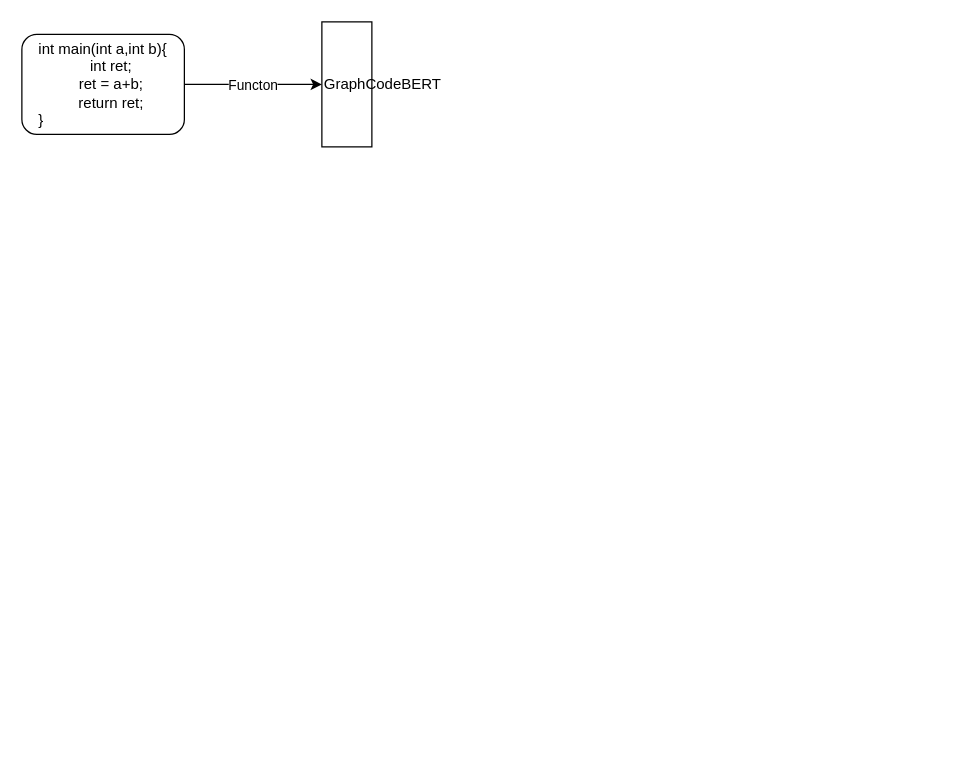
This is Untitled Diagram.drawio from Adam-01/diagrams, a draw.io file, before an edit. Source tidied: cells renumbered, new cells numbered last; positions are measured from the earlier drawing's top-left corner, leaving out a move shared by most shapes. Both pictures are drawn from the tidied source at 125%, with x=0, y=0 at pixel (21, 21).
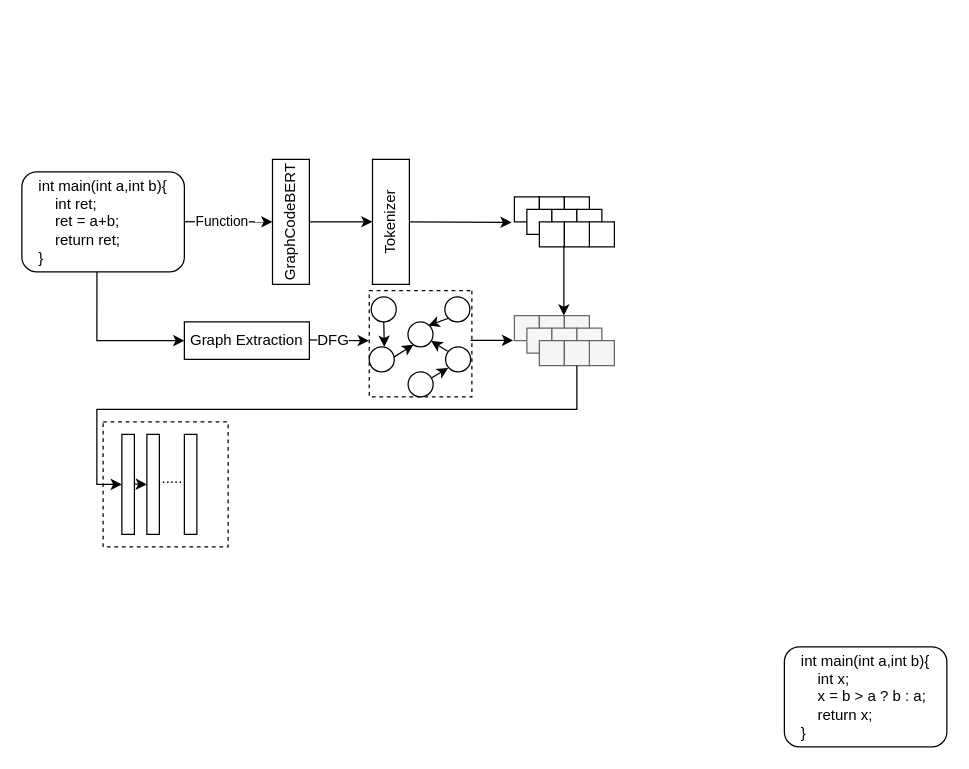
The same page after the edit.

Diff of the diagram source:
```diff
@@
+    <mxCell id="6" style="rounded=0;whiteSpace=wrap;html=1;strokeColor=default;fontFamily=Helvetica;fontSize=12;fontColor=default;fillColor=default;dashed=1;" parent="1" vertex="1">
+      <mxGeometry x="65" y="320" width="100" height="100" as="geometry" />
+    </mxCell>
-    <mxCell id="2" value="&lt;div style=&quot;&quot;&gt;&lt;span style=&quot;background-color: initial;&quot;&gt;GraphCodeBERT&lt;/span&gt;&lt;/div&gt;" style="rounded=0;whiteSpace=wrap;html=1;align=left;direction=south;" parent="1" vertex="1">
-      <mxGeometry x="240" width="40" height="100" as="geometry" />
+    <mxCell id="2" value="&lt;div style=&quot;&quot;&gt;&lt;br&gt;&lt;/div&gt;" style="rounded=0;whiteSpace=wrap;html=1;align=left;direction=south;" parent="1" vertex="1">
+      <mxGeometry x="200.5" y="110" width="29.5" height="100" as="geometry" />
     </mxCell>
-    <mxCell id="3" style="endArrow=classic;html=1;rounded=0;" parent="1" edge="1">
+    <mxCell id="3" style="endArrow=classic;html=1;rounded=0;entryX=0.5;entryY=1;entryDx=0;entryDy=0;" parent="1" edge="1" target="2">
       <mxGeometry relative="1" as="geometry">
-        <mxPoint x="130" y="50" as="sourcePoint" />
-        <mxPoint x="240" y="50" as="targetPoint" />
+        <mxPoint x="111.8" y="159.8" as="sourcePoint" />
       </mxGeometry>
     </mxCell>
-    <mxCell id="4" value="Functon" style="edgeLabel;html=1;align=center;verticalAlign=middle;" parent="3" vertex="1">
-      <mxGeometry x="-0.02" relative="1" as="geometry" />
+    <mxCell id="4" value="Function" style="edgeLabel;html=1;align=center;verticalAlign=middle;" parent="3" vertex="1">
+      <mxGeometry x="-0.02" relative="1" as="geometry">
+        <mxPoint x="5" as="offset" />
+      </mxGeometry>
     </mxCell>
-    <mxCell id="5" value="int main(int a,int b){&lt;br style=&quot;text-align: left;&quot;&gt;&lt;span style=&quot;text-align: left;&quot;&gt;&lt;span style=&quot;white-space: pre;&quot;&gt;&amp;nbsp;&amp;nbsp;&amp;nbsp;&amp;nbsp;&lt;/span&gt;&lt;/span&gt;&lt;span style=&quot;text-align: left;&quot;&gt;int ret;&lt;/span&gt;&lt;br style=&quot;text-align: left;&quot;&gt;&lt;span style=&quot;text-align: left;&quot;&gt;&lt;span style=&quot;white-space: pre;&quot;&gt;&amp;nbsp;&amp;nbsp;&amp;nbsp;&amp;nbsp;&lt;/span&gt;&lt;/span&gt;&lt;span style=&quot;text-align: left;&quot;&gt;ret = a+b;&lt;/span&gt;&lt;br style=&quot;text-align: left;&quot;&gt;&lt;span style=&quot;text-align: left;&quot;&gt;&lt;span style=&quot;white-space: pre;&quot;&gt;&amp;nbsp;&amp;nbsp;&amp;nbsp;&amp;nbsp;&lt;/span&gt;&lt;/span&gt;&lt;span style=&quot;text-align: left;&quot;&gt;return ret;&lt;/span&gt;&lt;br style=&quot;&quot;&gt;&lt;div style=&quot;text-align: left;&quot;&gt;&lt;span style=&quot;background-color: initial;&quot;&gt;}&lt;/span&gt;&lt;/div&gt;" style="rounded=1;whiteSpace=wrap;html=1;" parent="1" vertex="1">
-      <mxGeometry y="10" width="130" height="80" as="geometry" />
+    <mxCell id="5" value="int main(int a,int b){&lt;br style=&quot;text-align: left;&quot;&gt;&lt;div style=&quot;text-align: left;&quot;&gt;&lt;span style=&quot;background-color: initial;&quot;&gt;&lt;span style=&quot;white-space: pre;&quot;&gt;&amp;nbsp;&amp;nbsp;&amp;nbsp;&amp;nbsp;&lt;/span&gt;&lt;/span&gt;&lt;span style=&quot;background-color: initial; text-align: left;&quot;&gt;int ret;&lt;/span&gt;&lt;/div&gt;&lt;span style=&quot;&quot;&gt;&lt;div style=&quot;text-align: left;&quot;&gt;&lt;span style=&quot;background-color: initial;&quot;&gt;&amp;nbsp; &amp;nbsp; ret = a+b;&lt;/span&gt;&lt;/div&gt;&lt;/span&gt;&lt;div style=&quot;text-align: left;&quot;&gt;&lt;span style=&quot;background-color: initial;&quot;&gt;&lt;span style=&quot;white-space: pre;&quot;&gt;&amp;nbsp;&amp;nbsp;&amp;nbsp;&amp;nbsp;&lt;/span&gt;&lt;/span&gt;&lt;span style=&quot;background-color: initial;&quot;&gt;return ret;&lt;/span&gt;&lt;/div&gt;&lt;div style=&quot;text-align: left;&quot;&gt;&lt;span style=&quot;background-color: initial;&quot;&gt;}&lt;/span&gt;&lt;/div&gt;" style="rounded=1;whiteSpace=wrap;html=1;" parent="1" vertex="1">
+      <mxGeometry y="120" width="130" height="80" as="geometry" />
     </mxCell>
+    <mxCell id="7" value="GraphCodeBERT" style="text;strokeColor=none;align=center;fillColor=none;html=1;verticalAlign=middle;whiteSpace=wrap;rounded=0;fontSize=12;fontFamily=Helvetica;fontColor=default;rotation=-90;" parent="1" vertex="1">
+      <mxGeometry x="186.3" y="145" width="57.9" height="30" as="geometry" />
+    </mxCell>
+    <mxCell id="8" style="edgeStyle=orthogonalEdgeStyle;rounded=0;orthogonalLoop=1;jettySize=auto;html=1;fontFamily=Helvetica;fontSize=12;fontColor=default;entryX=-0.004;entryY=0.5;entryDx=0;entryDy=0;entryPerimeter=0;" parent="1" edge="1">
+      <mxGeometry relative="1" as="geometry">
+        <mxPoint x="230" y="254.4" as="sourcePoint" />
+        <mxPoint x="277.6" y="255" as="targetPoint" />
+      </mxGeometry>
+    </mxCell>
+    <mxCell id="9" value="DFG" style="edgeLabel;html=1;align=center;verticalAlign=middle;fontSize=12;fontFamily=Helvetica;fontColor=default;" parent="8" vertex="1">
+      <mxGeometry x="-0.05" y="-2" relative="1" as="geometry">
+        <mxPoint x="-4" y="-2" as="offset" />
+      </mxGeometry>
+    </mxCell>
+    <mxCell id="10" value="Graph Extraction" style="rounded=0;whiteSpace=wrap;html=1;strokeColor=default;fontFamily=Helvetica;fontSize=12;fontColor=default;fillColor=default;" parent="1" vertex="1">
+      <mxGeometry x="130" y="240" width="100" height="30" as="geometry" />
+    </mxCell>
+    <mxCell id="11" style="endArrow=classic;html=1;rounded=0;fontFamily=Helvetica;fontSize=12;fontColor=default;exitX=0.462;exitY=1;exitDx=0;exitDy=0;exitPerimeter=0;entryX=0;entryY=0.5;entryDx=0;entryDy=0;" parent="1" edge="1" source="5" target="10">
+      <mxGeometry relative="1" as="geometry">
+        <Array as="points">
+          <mxPoint x="60" y="255" />
+        </Array>
+      </mxGeometry>
+    </mxCell>
+    <mxCell id="12" value="&lt;div style=&quot;&quot;&gt;&lt;br&gt;&lt;/div&gt;" style="rounded=0;whiteSpace=wrap;html=1;align=left;direction=south;" parent="1" vertex="1">
+      <mxGeometry x="280.5" y="110" width="29.5" height="100" as="geometry" />
+    </mxCell>
+    <mxCell id="13" value="Tokenizer" style="text;strokeColor=none;align=center;fillColor=none;html=1;verticalAlign=middle;whiteSpace=wrap;rounded=0;fontSize=12;fontFamily=Helvetica;fontColor=default;rotation=-90;" parent="1" vertex="1">
+      <mxGeometry x="266.3" y="145" width="57.9" height="30" as="geometry" />
+    </mxCell>
+    <mxCell id="14" style="rounded=0;whiteSpace=wrap;html=1;strokeColor=default;fontFamily=Helvetica;fontSize=12;fontColor=default;fillColor=default;direction=south;dashed=1;" parent="1" vertex="1">
+      <mxGeometry x="277.9" y="215" width="82.1" height="85" as="geometry" />
+    </mxCell>
+    <mxCell id="15" style="endArrow=classic;html=1;rounded=0;fontFamily=Helvetica;fontSize=12;fontColor=default;exitX=0.5;exitY=1;exitDx=0;exitDy=0;entryX=0.698;entryY=0.991;entryDx=0;entryDy=0;entryPerimeter=0;" parent="1" edge="1" source="7">
+      <mxGeometry relative="1" as="geometry">
+        <mxPoint x="280.5" y="159.9" as="targetPoint" />
+      </mxGeometry>
+    </mxCell>
+    <mxCell id="16" value="int main(int a,int b){&lt;br style=&quot;text-align: left;&quot;&gt;&lt;div style=&quot;text-align: left;&quot;&gt;&lt;span style=&quot;background-color: initial;&quot;&gt;&lt;span style=&quot;white-space: pre;&quot;&gt;&amp;nbsp;&amp;nbsp;&amp;nbsp;&amp;nbsp;&lt;/span&gt;&lt;/span&gt;&lt;span style=&quot;background-color: initial; text-align: left;&quot;&gt;int x;&lt;/span&gt;&lt;/div&gt;&lt;span style=&quot;&quot;&gt;&lt;div style=&quot;text-align: left;&quot;&gt;&lt;span style=&quot;background-color: initial;&quot;&gt;&amp;nbsp; &amp;nbsp; x = b &amp;gt; a ? b : a;&lt;/span&gt;&lt;/div&gt;&lt;/span&gt;&lt;div style=&quot;text-align: left;&quot;&gt;&lt;span style=&quot;background-color: initial;&quot;&gt;&lt;span style=&quot;white-space: pre;&quot;&gt;&amp;nbsp;&amp;nbsp;&amp;nbsp;&amp;nbsp;&lt;/span&gt;&lt;/span&gt;&lt;span style=&quot;background-color: initial;&quot;&gt;return x;&lt;/span&gt;&lt;/div&gt;&lt;div style=&quot;text-align: left;&quot;&gt;&lt;span style=&quot;background-color: initial;&quot;&gt;}&lt;/span&gt;&lt;/div&gt;" style="rounded=1;whiteSpace=wrap;html=1;" parent="1" vertex="1">
+      <mxGeometry x="610" y="500" width="130" height="80" as="geometry" />
+    </mxCell>
+    <mxCell id="17" style="ellipse;whiteSpace=wrap;html=1;rounded=0;strokeColor=default;fontFamily=Helvetica;fontSize=12;fontColor=default;fillColor=default;" parent="1" vertex="1">
+      <mxGeometry x="279.5" y="220" width="20" height="20" as="geometry" />
+    </mxCell>
+    <mxCell id="18" style="ellipse;whiteSpace=wrap;html=1;rounded=0;strokeColor=default;fontFamily=Helvetica;fontSize=12;fontColor=default;fillColor=default;" parent="1" vertex="1">
+      <mxGeometry x="277.9" y="260" width="20" height="20" as="geometry" />
+    </mxCell>
+    <mxCell id="19" style="ellipse;whiteSpace=wrap;html=1;rounded=0;strokeColor=default;fontFamily=Helvetica;fontSize=12;fontColor=default;fillColor=default;" parent="1" vertex="1">
+      <mxGeometry x="339" y="260" width="20" height="20" as="geometry" />
+    </mxCell>
+    <mxCell id="20" style="ellipse;whiteSpace=wrap;html=1;rounded=0;strokeColor=default;fontFamily=Helvetica;fontSize=12;fontColor=default;fillColor=default;" parent="1" vertex="1">
+      <mxGeometry x="338.4" y="220" width="20" height="20" as="geometry" />
+    </mxCell>
+    <mxCell id="21" style="ellipse;whiteSpace=wrap;html=1;rounded=0;strokeColor=default;fontFamily=Helvetica;fontSize=12;fontColor=default;fillColor=default;" parent="1" vertex="1">
+      <mxGeometry x="309" y="280" width="20" height="20" as="geometry" />
+    </mxCell>
+    <mxCell id="22" style="ellipse;whiteSpace=wrap;html=1;rounded=0;strokeColor=default;fontFamily=Helvetica;fontSize=12;fontColor=default;fillColor=default;" parent="1" vertex="1">
+      <mxGeometry x="308.9" y="240" width="20" height="20" as="geometry" />
+    </mxCell>
+    <mxCell id="23" style="endArrow=classic;html=1;rounded=0;fontFamily=Helvetica;fontSize=12;fontColor=default;entryX=0.103;entryY=0.84;entryDx=0;entryDy=0;entryPerimeter=0;" parent="1" edge="1" source="21" target="19">
+      <mxGeometry relative="1" as="geometry" />
+    </mxCell>
+    <mxCell id="24" style="endArrow=classic;html=1;rounded=0;fontFamily=Helvetica;fontSize=12;fontColor=default;entryX=0.221;entryY=0.914;entryDx=0;entryDy=0;entryPerimeter=0;" parent="1" edge="1" target="22">
+      <mxGeometry relative="1" as="geometry">
+        <mxPoint x="297.9" y="268" as="sourcePoint" />
+      </mxGeometry>
+    </mxCell>
+    <mxCell id="25" style="endArrow=classic;html=1;rounded=0;fontFamily=Helvetica;fontSize=12;fontColor=default;exitX=0.5;exitY=1;exitDx=0;exitDy=0;entryX=0.604;entryY=0;entryDx=0;entryDy=0;entryPerimeter=0;" parent="1" edge="1" source="17" target="18">
+      <mxGeometry relative="1" as="geometry" />
+    </mxCell>
+    <mxCell id="26" style="endArrow=classic;html=1;rounded=0;fontFamily=Helvetica;fontSize=12;fontColor=default;exitX=0.083;exitY=0.176;exitDx=0;exitDy=0;exitPerimeter=0;" parent="1" edge="1" source="19" target="22">
+      <mxGeometry relative="1" as="geometry" />
+    </mxCell>
+    <mxCell id="27" style="endArrow=classic;html=1;rounded=0;fontFamily=Helvetica;fontSize=12;fontColor=default;entryX=0.812;entryY=0.149;entryDx=0;entryDy=0;entryPerimeter=0;exitX=0;exitY=1;exitDx=0;exitDy=0;" parent="1" edge="1" source="20" target="22">
+      <mxGeometry relative="1" as="geometry" />
+    </mxCell>
+    <mxCell id="28" style="rounded=0;whiteSpace=wrap;html=1;fontFamily=Helvetica;fontSize=12;fontStyle=1;" parent="1" vertex="1">
+      <mxGeometry x="394" y="140" width="20" height="20" as="geometry" />
+    </mxCell>
+    <mxCell id="29" style="rounded=0;whiteSpace=wrap;html=1;fontFamily=Helvetica;fontSize=12;fontStyle=1;" parent="1" vertex="1">
+      <mxGeometry x="414" y="140" width="20" height="20" as="geometry" />
+    </mxCell>
+    <mxCell id="30" style="rounded=0;whiteSpace=wrap;html=1;fontFamily=Helvetica;fontSize=12;fontStyle=1;" parent="1" vertex="1">
+      <mxGeometry x="434" y="140" width="20" height="20" as="geometry" />
+    </mxCell>
+    <mxCell id="31" style="rounded=0;whiteSpace=wrap;html=1;fontFamily=Helvetica;fontSize=12;fontStyle=1;" parent="1" vertex="1">
+      <mxGeometry x="404" y="150" width="20" height="20" as="geometry" />
+    </mxCell>
+    <mxCell id="32" style="rounded=0;whiteSpace=wrap;html=1;fontFamily=Helvetica;fontSize=12;fontStyle=1;" parent="1" vertex="1">
+      <mxGeometry x="424" y="150" width="20" height="20" as="geometry" />
+    </mxCell>
+    <mxCell id="33" style="rounded=0;whiteSpace=wrap;html=1;fontFamily=Helvetica;fontSize=12;fontStyle=1;" parent="1" vertex="1">
+      <mxGeometry x="444" y="150" width="20" height="20" as="geometry" />
+    </mxCell>
+    <mxCell id="34" style="rounded=0;whiteSpace=wrap;html=1;fontFamily=Helvetica;fontSize=12;fontStyle=1;" parent="1" vertex="1">
+      <mxGeometry x="414" y="160" width="20" height="20" as="geometry" />
+    </mxCell>
+    <mxCell id="35" style="rounded=0;whiteSpace=wrap;html=1;strokeColor=#2D7600;fontFamily=Helvetica;fontSize=12;fontColor=#ffffff;fillColor=#60a917;fontStyle=1;" parent="1" vertex="1">
+      <mxGeometry x="120" y="40" width="100" as="geometry" />
+    </mxCell>
+    <mxCell id="36" style="rounded=0;whiteSpace=wrap;html=1;fontFamily=Helvetica;fontSize=12;fontStyle=1;" parent="1" vertex="1">
+      <mxGeometry x="454" y="160" width="20" height="20" as="geometry" />
+    </mxCell>
+    <mxCell id="37" style="rounded=0;whiteSpace=wrap;html=1;fontFamily=Helvetica;fontSize=12;fontStyle=1;" parent="1" vertex="1">
+      <mxGeometry x="434" y="160" width="20" height="20" as="geometry" />
+    </mxCell>
+    <mxCell id="38" style="endArrow=classic;html=1;rounded=0;fontFamily=Helvetica;fontSize=12;fontColor=default;exitX=0.5;exitY=0;exitDx=0;exitDy=0;entryX=-0.108;entryY=1.021;entryDx=0;entryDy=0;entryPerimeter=0;" parent="1" edge="1" source="12" target="28">
+      <mxGeometry relative="1" as="geometry" />
+    </mxCell>
+    <mxCell id="39" style="endArrow=classic;html=1;rounded=0;fontFamily=Helvetica;fontSize=12;fontColor=default;exitX=0.5;exitY=0;exitDx=0;exitDy=0;entryX=-0.108;entryY=1.021;entryDx=0;entryDy=0;entryPerimeter=0;" parent="1" edge="1">
+      <mxGeometry relative="1" as="geometry">
+        <mxPoint x="359" y="254.8" as="sourcePoint" />
+        <mxPoint x="393" y="254.8" as="targetPoint" />
+      </mxGeometry>
+    </mxCell>
+    <mxCell id="40" style="rounded=0;whiteSpace=wrap;html=1;fontFamily=Helvetica;fontSize=12;fontStyle=1;fillColor=#f5f5f5;fontColor=#333333;strokeColor=#666666;" parent="1" vertex="1">
+      <mxGeometry x="394" y="235" width="20" height="20" as="geometry" />
+    </mxCell>
+    <mxCell id="41" style="rounded=0;whiteSpace=wrap;html=1;fontFamily=Helvetica;fontSize=12;fontStyle=1;fillColor=#f5f5f5;fontColor=#333333;strokeColor=#666666;" parent="1" vertex="1">
+      <mxGeometry x="414" y="235" width="20" height="20" as="geometry" />
+    </mxCell>
+    <mxCell id="42" style="rounded=0;whiteSpace=wrap;html=1;fontFamily=Helvetica;fontSize=12;fontStyle=1;fillColor=#f5f5f5;fontColor=#333333;strokeColor=#666666;" parent="1" vertex="1">
+      <mxGeometry x="434" y="235" width="20" height="20" as="geometry" />
+    </mxCell>
+    <mxCell id="43" style="rounded=0;whiteSpace=wrap;html=1;fontFamily=Helvetica;fontSize=12;fontStyle=1;fillColor=#f5f5f5;fontColor=#333333;strokeColor=#666666;" parent="1" vertex="1">
+      <mxGeometry x="404" y="245" width="20" height="20" as="geometry" />
+    </mxCell>
+    <mxCell id="44" style="rounded=0;whiteSpace=wrap;html=1;fontFamily=Helvetica;fontSize=12;fontStyle=1;fillColor=#f5f5f5;fontColor=#333333;strokeColor=#666666;" parent="1" vertex="1">
+      <mxGeometry x="424" y="245" width="20" height="20" as="geometry" />
+    </mxCell>
+    <mxCell id="45" style="rounded=0;whiteSpace=wrap;html=1;fontFamily=Helvetica;fontSize=12;fontStyle=1;fillColor=#f5f5f5;fontColor=#333333;strokeColor=#666666;" parent="1" vertex="1">
+      <mxGeometry x="444" y="245" width="20" height="20" as="geometry" />
+    </mxCell>
+    <mxCell id="46" style="rounded=0;whiteSpace=wrap;html=1;fontFamily=Helvetica;fontSize=12;fontStyle=1;fillColor=#f5f5f5;fontColor=#333333;strokeColor=#666666;" parent="1" vertex="1">
+      <mxGeometry x="414" y="255" width="20" height="20" as="geometry" />
+    </mxCell>
+    <mxCell id="47" style="rounded=0;whiteSpace=wrap;html=1;fontFamily=Helvetica;fontSize=12;fontStyle=1;fillColor=#f5f5f5;fontColor=#333333;strokeColor=#666666;" parent="1" vertex="1">
+      <mxGeometry x="454" y="255" width="20" height="20" as="geometry" />
+    </mxCell>
+    <mxCell id="48" style="rounded=0;whiteSpace=wrap;html=1;fontFamily=Helvetica;fontSize=12;fontStyle=1;fillColor=#f5f5f5;fontColor=#333333;strokeColor=#666666;" parent="1" vertex="1">
+      <mxGeometry x="434" y="255" width="20" height="20" as="geometry" />
+    </mxCell>
+    <mxCell id="49" style="endArrow=classic;html=1;rounded=0;fontFamily=Helvetica;fontSize=12;fontColor=default;exitX=0.25;exitY=1;exitDx=0;exitDy=0;entryX=0.25;entryY=0;entryDx=0;entryDy=0;" parent="1" edge="1">
+      <mxGeometry relative="1" as="geometry">
+        <mxPoint x="433.6" y="180" as="sourcePoint" />
+        <mxPoint x="433.6" y="235" as="targetPoint" />
+        <Array as="points">
+          <mxPoint x="433.6" y="210" />
+        </Array>
+      </mxGeometry>
+    </mxCell>
+    <mxCell id="50" style="endArrow=classic;html=1;rounded=0;fontFamily=Helvetica;fontSize=12;fontColor=default;exitX=0;exitY=1;exitDx=0;exitDy=0;" parent="1" edge="1">
+      <mxGeometry relative="1" as="geometry">
+        <mxPoint x="444" y="275" as="sourcePoint" />
+        <mxPoint x="80" y="370" as="targetPoint" />
+        <Array as="points">
+          <mxPoint x="444" y="290" />
+          <mxPoint x="444" y="310" />
+          <mxPoint x="60" y="310" />
+          <mxPoint x="60" y="370" />
+        </Array>
+      </mxGeometry>
+    </mxCell>
+    <mxCell id="51" style="rounded=0;whiteSpace=wrap;html=1;strokeColor=default;fontFamily=Helvetica;fontSize=12;fontColor=default;fillColor=default;" parent="1" vertex="1">
+      <mxGeometry x="80" y="330" width="10" height="80" as="geometry" />
+    </mxCell>
+    <mxCell id="52" style="rounded=0;whiteSpace=wrap;html=1;strokeColor=default;fontFamily=Helvetica;fontSize=12;fontColor=default;fillColor=default;" parent="1" vertex="1">
+      <mxGeometry x="100" y="330" width="10" height="80" as="geometry" />
+    </mxCell>
+    <mxCell id="53" style="rounded=0;whiteSpace=wrap;html=1;strokeColor=default;fontFamily=Helvetica;fontSize=12;fontColor=default;fillColor=default;" parent="1" vertex="1">
+      <mxGeometry x="130" y="330" width="10" height="80" as="geometry" />
+    </mxCell>
+    <mxCell id="54" value="....." style="text;html=1;align=center;verticalAlign=middle;strokeColor=none;fillColor=none;fontSize=12;fontFamily=Helvetica;fontColor=default;" parent="1" vertex="1">
+      <mxGeometry x="100" y="350" width="40" height="30" as="geometry" />
+    </mxCell>
+    <mxCell id="55" style="endArrow=classic;html=1;fontFamily=Helvetica;fontSize=12;fontColor=default;rounded=0;" parent="1" edge="1">
+      <mxGeometry relative="1" as="geometry">
+        <mxPoint x="90" y="369.8" as="sourcePoint" />
+        <mxPoint x="100" y="370" as="targetPoint" />
+      </mxGeometry>
+    </mxCell>
```
